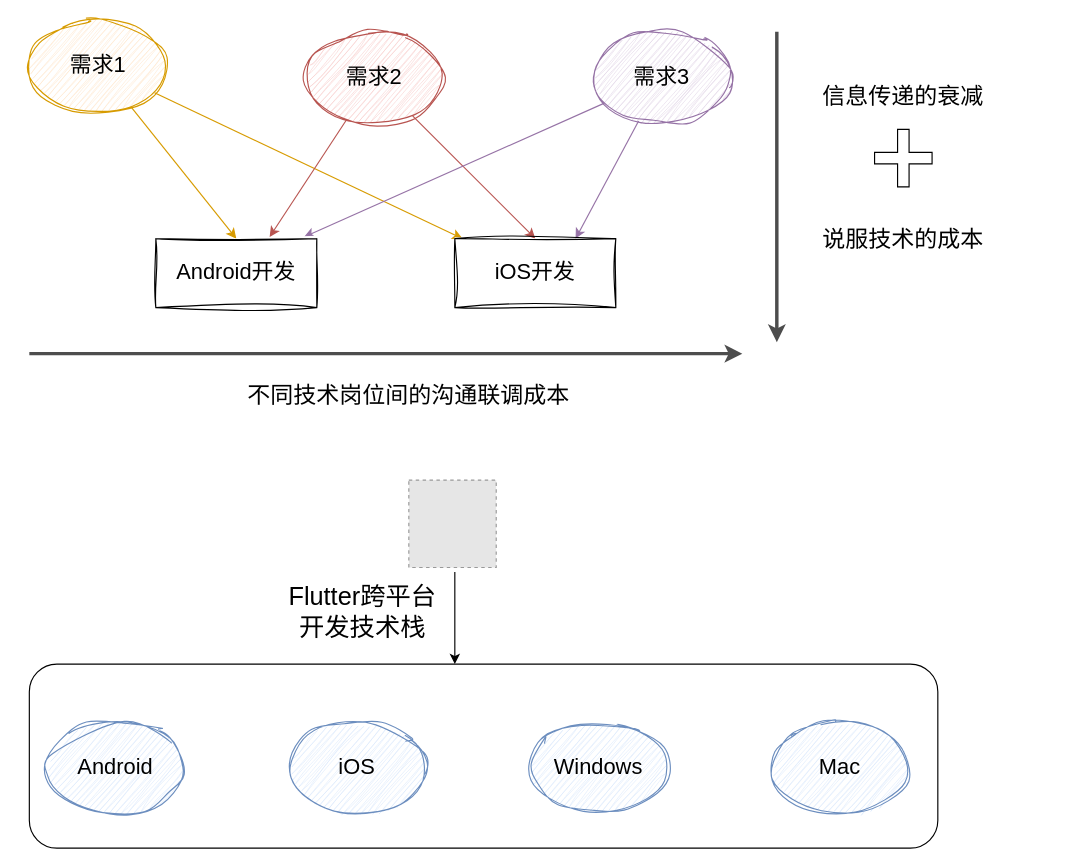
Above: 未命名绘图.drawio in skindhu/AlphaAnimationView (draw.io), before the change. Source tidied: cells renumbered, new cells numbered last; positions are measured from the earlier drawing's top-left corner, leaving out a move shared by most shapes. Both pictures are drawn from the tidied source at 115%, with x=0, y=0 at pixel (29, 20). Pictures stored in the file or linked from it are replaced by grey dashed boxes.
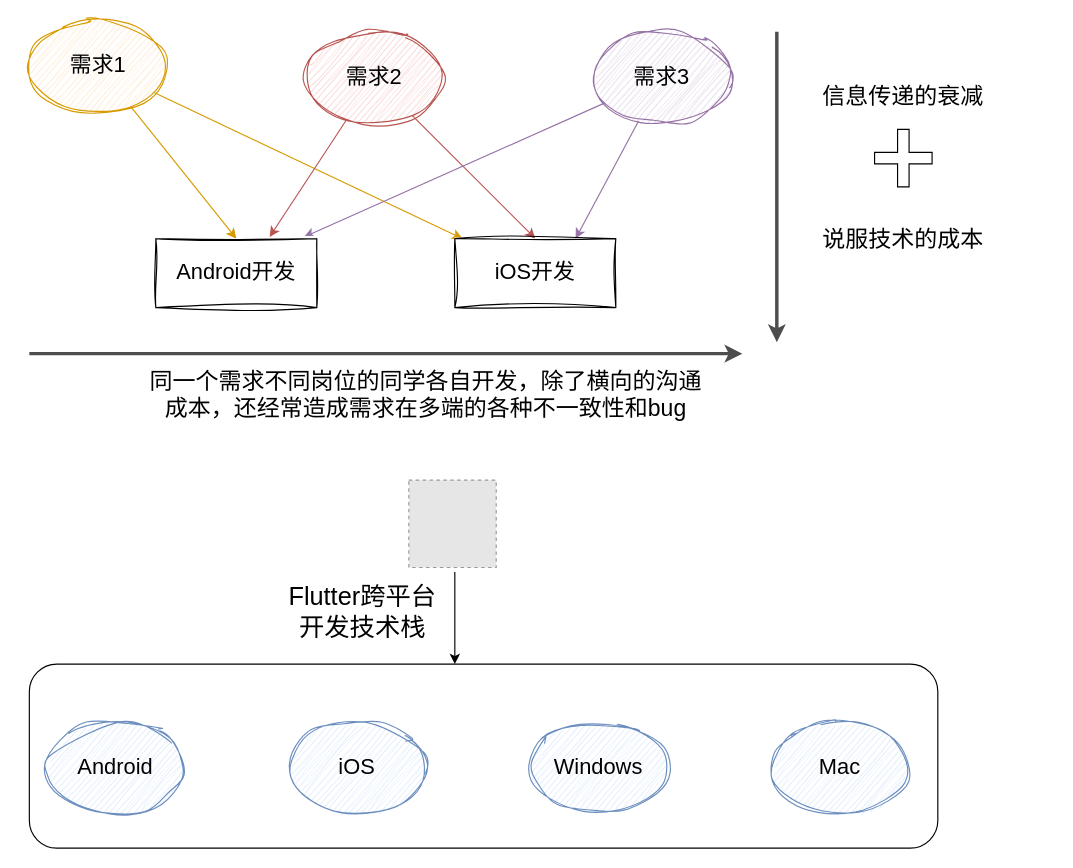
Above is the later version.

Commit message:
更新未命名绘图.drawio

Change to the diagram source:
```diff
@@
-    <mxCell id="15" value="不同技术岗位间的沟通联调成本" style="text;html=1;strokeColor=none;fillColor=none;align=center;verticalAlign=middle;whiteSpace=wrap;rounded=0;fontSize=20;" parent="1" vertex="1">
-      <mxGeometry x="180" y="310" width="300" height="30" as="geometry" />
+    <mxCell id="15" value="同一个需求不同岗位的同学各自开发，除了横向的沟通成本，还经常造成需求在多端的各种不一致性和bug" style="text;html=1;strokeColor=none;fillColor=none;align=center;verticalAlign=middle;whiteSpace=wrap;rounded=0;fontSize=20;" parent="1" vertex="1">
+      <mxGeometry x="100" y="310" width="490" height="30" as="geometry" />
     </mxCell>
```
